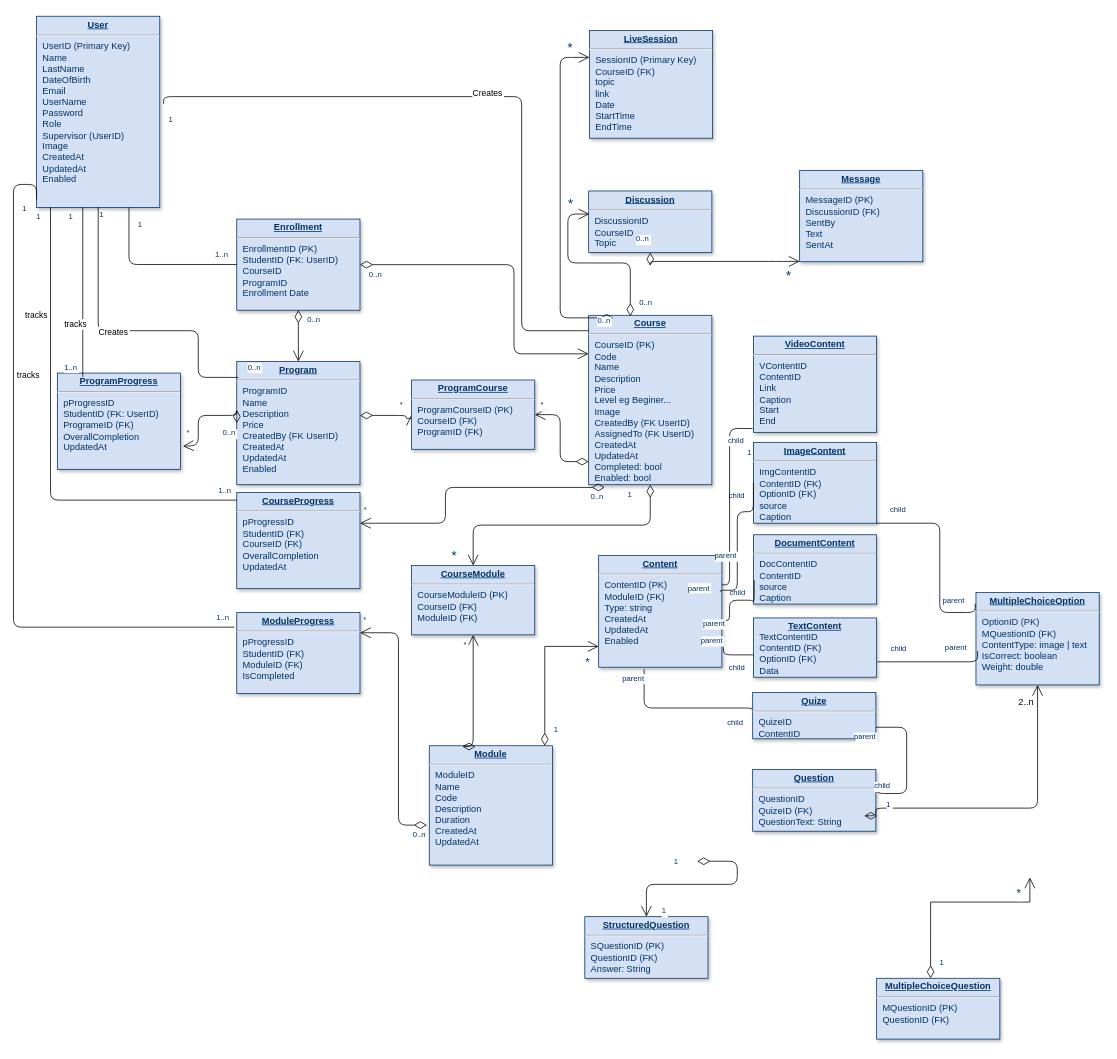
This is Diagrams/Database.drawio from kingshowa/PFE_E-learning, a draw.io file, before an edit. Source tidied: cells renumbered, new cells numbered last; positions are measured from the earlier drawing's top-left corner, leaving out a move shared by most shapes. Both pictures are drawn from the tidied source at 77%, with x=0, y=0 at pixel (13, 16).
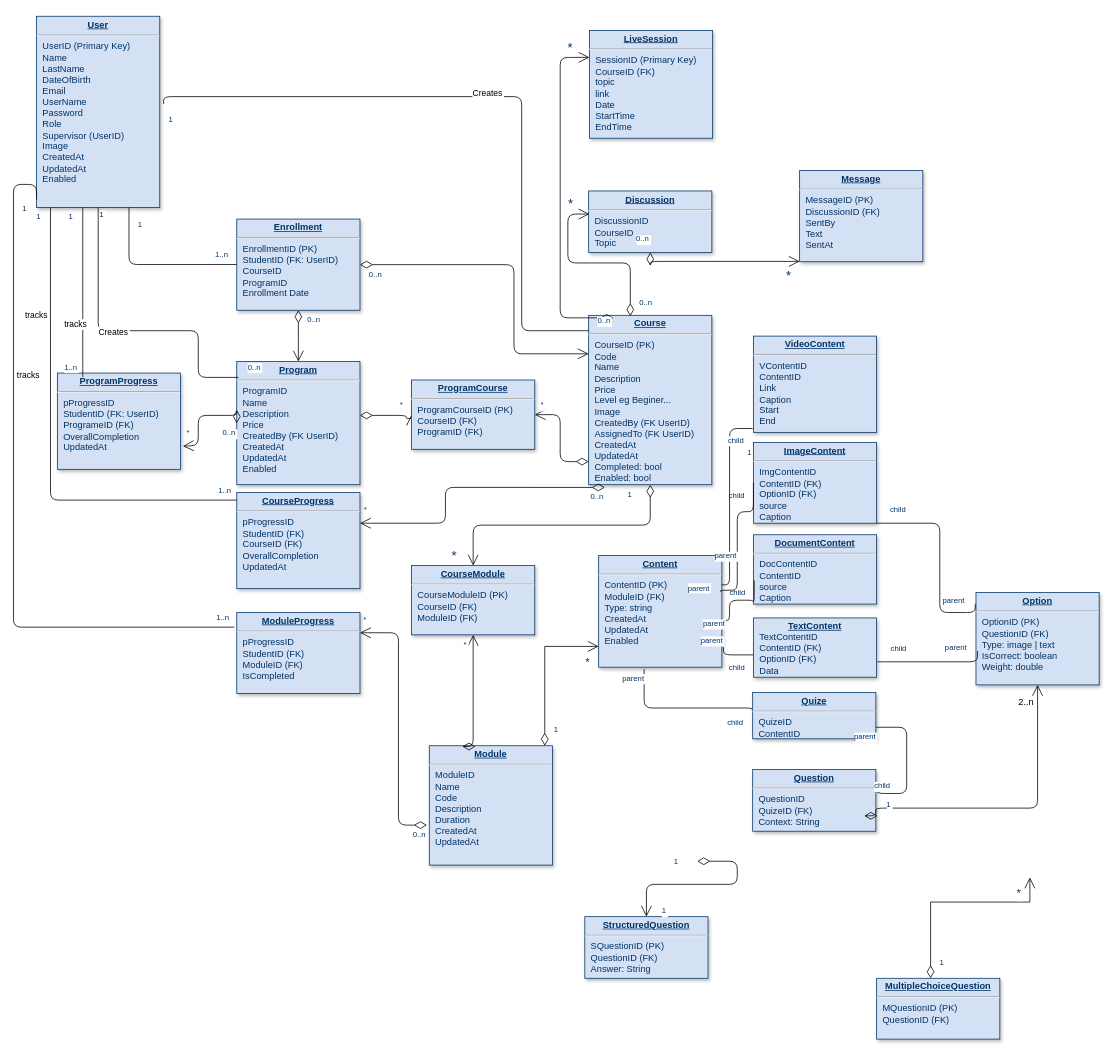
The same page after the edit.

Change to the diagram source:
```diff
@@
-    <mxCell id="7" value="&lt;p style=&quot;margin: 0px; margin-top: 4px; text-align: center; text-decoration: underline;&quot;&gt;&lt;b&gt;Question&lt;/b&gt;&lt;/p&gt;&lt;hr&gt;&lt;p style=&quot;margin: 0px; margin-left: 8px;&quot;&gt;QuestionID&lt;/p&gt;&lt;p style=&quot;margin: 0px; margin-left: 8px;&quot;&gt;QuizeID (FK)&lt;/p&gt;&lt;p style=&quot;margin: 0px; margin-left: 8px;&quot;&gt;QuestionText: String&lt;/p&gt;" style="verticalAlign=top;align=left;overflow=fill;fontSize=12;fontFamily=Helvetica;html=1;strokeColor=#003366;shadow=1;fillColor=#D4E1F5;fontColor=#003366;" parent="1" vertex="1">
+    <mxCell id="7" value="&lt;p style=&quot;margin: 0px; margin-top: 4px; text-align: center; text-decoration: underline;&quot;&gt;&lt;b&gt;Question&lt;/b&gt;&lt;/p&gt;&lt;hr&gt;&lt;p style=&quot;margin: 0px; margin-left: 8px;&quot;&gt;QuestionID&lt;/p&gt;&lt;p style=&quot;margin: 0px; margin-left: 8px;&quot;&gt;QuizeID (FK)&lt;/p&gt;&lt;p style=&quot;margin: 0px; margin-left: 8px;&quot;&gt;Context: String&lt;/p&gt;" style="verticalAlign=top;align=left;overflow=fill;fontSize=12;fontFamily=Helvetica;html=1;strokeColor=#003366;shadow=1;fillColor=#D4E1F5;fontColor=#003366;" parent="1" vertex="1">
       <mxGeometry x="960" y="978" width="160" height="80" as="geometry" />
     </mxCell>
@@
-    <mxCell id="101" value="&lt;p style=&quot;margin: 0px; margin-top: 4px; text-align: center; text-decoration: underline;&quot;&gt;&lt;b&gt;MultipleChoiceOption&lt;/b&gt;&lt;/p&gt;&lt;hr&gt;&lt;p style=&quot;margin: 0px 0px 0px 8px;&quot;&gt;OptionID (PK)&lt;/p&gt;&lt;p style=&quot;margin: 0px 0px 0px 8px;&quot;&gt;MQuestionID&amp;nbsp;&lt;span style=&quot;background-color: initial;&quot;&gt;(FK)&lt;/span&gt;&lt;/p&gt;&lt;p style=&quot;margin: 0px; margin-left: 8px;&quot;&gt;ContentType: image | text&lt;/p&gt;&lt;p style=&quot;margin: 0px; margin-left: 8px;&quot;&gt;IsCorrect: boolean&lt;/p&gt;&lt;p style=&quot;margin: 0px; margin-left: 8px;&quot;&gt;Weight: double&lt;br&gt;&lt;/p&gt;" style="verticalAlign=top;align=left;overflow=fill;fontSize=12;fontFamily=Helvetica;html=1;strokeColor=#003366;shadow=1;fillColor=#D4E1F5;fontColor=#003366;" parent="1" vertex="1">
+    <mxCell id="101" value="&lt;p style=&quot;margin: 0px; margin-top: 4px; text-align: center; text-decoration: underline;&quot;&gt;&lt;b&gt;Option&lt;/b&gt;&lt;/p&gt;&lt;hr&gt;&lt;p style=&quot;margin: 0px 0px 0px 8px;&quot;&gt;OptionID (PK)&lt;/p&gt;&lt;p style=&quot;margin: 0px 0px 0px 8px;&quot;&gt;QuestionID&amp;nbsp;&lt;span style=&quot;background-color: initial;&quot;&gt;(FK)&lt;/span&gt;&lt;/p&gt;&lt;p style=&quot;margin: 0px; margin-left: 8px;&quot;&gt;Type: image | text&lt;/p&gt;&lt;p style=&quot;margin: 0px; margin-left: 8px;&quot;&gt;IsCorrect: boolean&lt;/p&gt;&lt;p style=&quot;margin: 0px; margin-left: 8px;&quot;&gt;Weight: double&lt;br&gt;&lt;/p&gt;" style="verticalAlign=top;align=left;overflow=fill;fontSize=12;fontFamily=Helvetica;html=1;strokeColor=#003366;shadow=1;fillColor=#D4E1F5;fontColor=#003366;" parent="1" vertex="1">
       <mxGeometry x="1250" y="748" width="160" height="120" as="geometry" />
     </mxCell>
```
